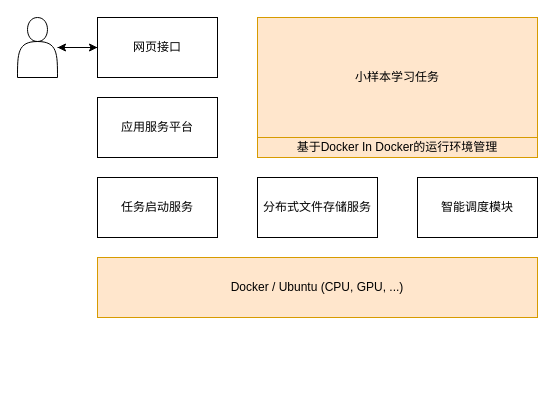
This is structure.drawio from foreignbill/drawio, a draw.io file, before an edit. Source tidied: cells renumbered, new cells numbered last; positions are measured from the earlier drawing's top-left corner, leaving out a move shared by most shapes. Both pictures are drawn from the tidied source at 100%, with x=0, y=0 at pixel (17, 17).
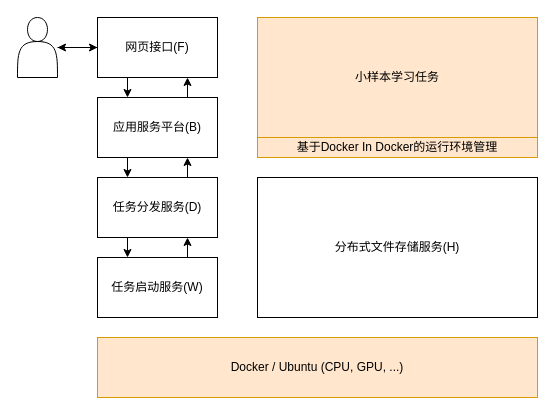
The same diagram, later.

What changed in the source:
```diff
@@
 <mxGraphModel>
   <root>
     <mxCell id="0" />
     <mxCell id="1" parent="0" />
     <mxCell id="2" style="edgeStyle=orthogonalEdgeStyle;rounded=0;jettySize=auto;html=1;" parent="1" edge="1" source="3" target="5">
       <mxGeometry relative="1" as="geometry" />
     </mxCell>
     <mxCell id="3" style="shape=actor;whiteSpace=wrap;html=1;" parent="1" vertex="1">
       <mxGeometry width="40" height="60" as="geometry" />
     </mxCell>
     <mxCell id="4" style="edgeStyle=orthogonalEdgeStyle;rounded=0;jettySize=auto;html=1;" parent="1" edge="1" source="5" target="3">
       <mxGeometry relative="1" as="geometry" />
     </mxCell>
+    <mxCell id="13" style="edgeStyle=orthogonalEdgeStyle;rounded=0;jettySize=auto;html=1;exitX=0.25;exitY=1;exitDx=0;exitDy=0;entryX=0.25;entryY=0;entryDx=0;entryDy=0;fontSize=12;" parent="1" edge="1" source="5" target="6">
+      <mxGeometry relative="1" as="geometry" />
+    </mxCell>
-    <mxCell id="5" value="网页接口" style="rounded=0;whiteSpace=wrap;html=1;" parent="1" vertex="1">
+    <mxCell id="5" value="网页接口(F)" style="rounded=0;whiteSpace=wrap;html=1;" parent="1" vertex="1">
       <mxGeometry x="80" width="120" height="60" as="geometry" />
     </mxCell>
+    <mxCell id="14" style="edgeStyle=orthogonalEdgeStyle;rounded=0;jettySize=auto;html=1;exitX=0.75;exitY=0;exitDx=0;exitDy=0;entryX=0.75;entryY=1;entryDx=0;entryDy=0;fontSize=12;" parent="1" edge="1" source="6" target="5">
+      <mxGeometry relative="1" as="geometry" />
+    </mxCell>
+    <mxCell id="15" style="edgeStyle=orthogonalEdgeStyle;rounded=0;jettySize=auto;html=1;exitX=0.25;exitY=1;exitDx=0;exitDy=0;entryX=0.25;entryY=0;entryDx=0;entryDy=0;fontSize=12;" parent="1" edge="1" source="6" target="7">
+      <mxGeometry relative="1" as="geometry" />
+    </mxCell>
-    <mxCell id="6" value="应用服务平台" style="rounded=0;whiteSpace=wrap;html=1;" parent="1" vertex="1">
+    <mxCell id="6" value="应用服务平台(B)" style="rounded=0;whiteSpace=wrap;html=1;" parent="1" vertex="1">
       <mxGeometry x="80" y="80" width="120" height="60" as="geometry" />
     </mxCell>
+    <mxCell id="16" style="edgeStyle=orthogonalEdgeStyle;rounded=0;jettySize=auto;html=1;exitX=0.75;exitY=0;exitDx=0;exitDy=0;entryX=0.75;entryY=1;entryDx=0;entryDy=0;fontSize=12;" parent="1" edge="1" source="7" target="6">
+      <mxGeometry relative="1" as="geometry" />
+    </mxCell>
+    <mxCell id="17" style="edgeStyle=orthogonalEdgeStyle;rounded=0;jettySize=auto;html=1;exitX=0.25;exitY=1;exitDx=0;exitDy=0;entryX=0.25;entryY=0;entryDx=0;entryDy=0;fontSize=12;" parent="1" edge="1" source="7" target="9">
+      <mxGeometry relative="1" as="geometry" />
+    </mxCell>
-    <mxCell id="7" value="任务启动服务" style="rounded=0;whiteSpace=wrap;html=1;" parent="1" vertex="1">
+    <mxCell id="7" value="任务分发服务(D)" style="rounded=0;whiteSpace=wrap;html=1;" parent="1" vertex="1">
       <mxGeometry x="80" y="160" width="120" height="60" as="geometry" />
     </mxCell>
-    <mxCell id="8" value="分布式文件存储服务" style="rounded=0;whiteSpace=wrap;html=1;" parent="1" vertex="1">
-      <mxGeometry x="240" y="160" width="120" height="60" as="geometry" />
+    <mxCell id="8" value="分布式文件存储服务(H)" style="rounded=0;whiteSpace=wrap;html=1;" parent="1" vertex="1">
+      <mxGeometry x="240" y="160" width="280" height="140" as="geometry" />
     </mxCell>
+    <mxCell id="18" style="edgeStyle=orthogonalEdgeStyle;rounded=0;jettySize=auto;html=1;exitX=0.75;exitY=0;exitDx=0;exitDy=0;entryX=0.75;entryY=1;entryDx=0;entryDy=0;fontSize=12;" parent="1" edge="1" source="9" target="7">
+      <mxGeometry relative="1" as="geometry" />
+    </mxCell>
-    <mxCell id="9" value="智能调度模块" style="rounded=0;whiteSpace=wrap;html=1;" parent="1" vertex="1">
-      <mxGeometry x="400" y="160" width="120" height="60" as="geometry" />
+    <mxCell id="9" value="任务启动服务(W)" style="rounded=0;whiteSpace=wrap;html=1;" parent="1" vertex="1">
+      <mxGeometry x="80" y="240" width="120" height="60" as="geometry" />
     </mxCell>
     <mxCell id="10" value="Docker / Ubuntu (CPU, GPU, ...)" style="rounded=0;whiteSpace=wrap;html=1;fillColor=#ffe6cc;strokeColor=#d79b00;" parent="1" vertex="1">
-      <mxGeometry x="80" y="240" width="440" height="60" as="geometry" />
+      <mxGeometry x="80" y="320" width="440" height="60" as="geometry" />
     </mxCell>
     <mxCell id="11" value="小样本学习任务" style="rounded=0;whiteSpace=wrap;html=1;fillColor=#ffe6cc;strokeColor=#d79b00;" parent="1" vertex="1">
       <mxGeometry x="240" width="280" height="120" as="geometry" />
     </mxCell>
     <mxCell id="12" value="基于Docker In Docker的运行环境管理" style="rounded=0;whiteSpace=wrap;html=1;shadow=0;glass=0;sketch=0;fillColor=#ffe6cc;strokeColor=#d79b00;" parent="1" vertex="1">
       <mxGeometry x="240" y="120" width="280" height="20" as="geometry" />
     </mxCell>
   </root>
 </mxGraphModel>
```
